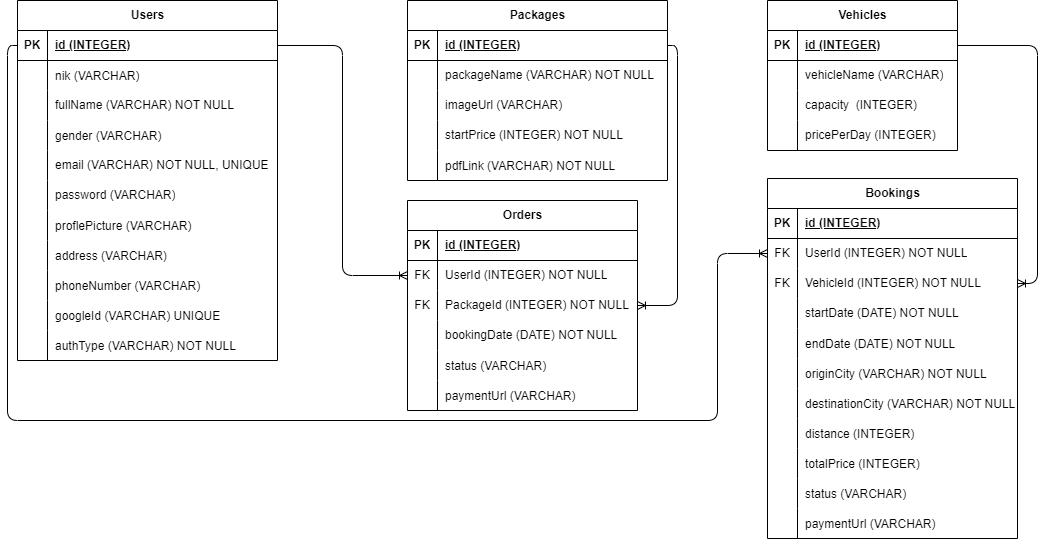
The draw.io diagram server/schema.drawio.png in ellayulia15/IP-RMT60, before a commit. Source tidied: cells renumbered, new cells last; positions are measured from the earlier drawing's top-left corner, leaving out a move shared by most shapes.
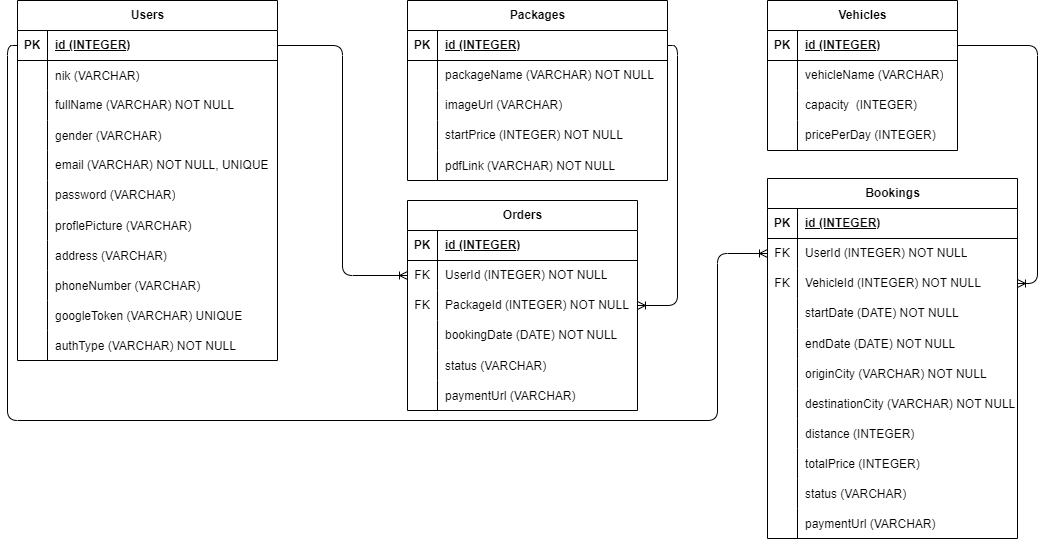
After the commit.

Diff of the diagram source:
```diff
@@ -92,7 +92,7 @@
     <mxCell id="31" style="shape=partialRectangle;fillColor=none;top=0;left=0;bottom=0;right=0;overflow=hidden;" parent="30" vertex="1">
       <mxGeometry width="30" height="30" as="geometry" />
     </mxCell>
-    <mxCell id="32" value="googleId (VARCHAR) UNIQUE" style="shape=partialRectangle;fillColor=none;top=0;left=0;bottom=0;right=0;align=left;spacingLeft=6;overflow=hidden;" parent="30" vertex="1">
+    <mxCell id="32" value="googleToken (VARCHAR) UNIQUE" style="shape=partialRectangle;fillColor=none;top=0;left=0;bottom=0;right=0;align=left;spacingLeft=6;overflow=hidden;" parent="30" vertex="1">
       <mxGeometry x="30" width="230" height="30" as="geometry" />
     </mxCell>
     <mxCell id="33" style="shape=tableRow;horizontal=0;startSize=0;swimlaneHead=0;swimlaneBody=0;fillColor=none;top=0;left=0;right=0;bottom=0;" parent="2" vertex="1">
```
